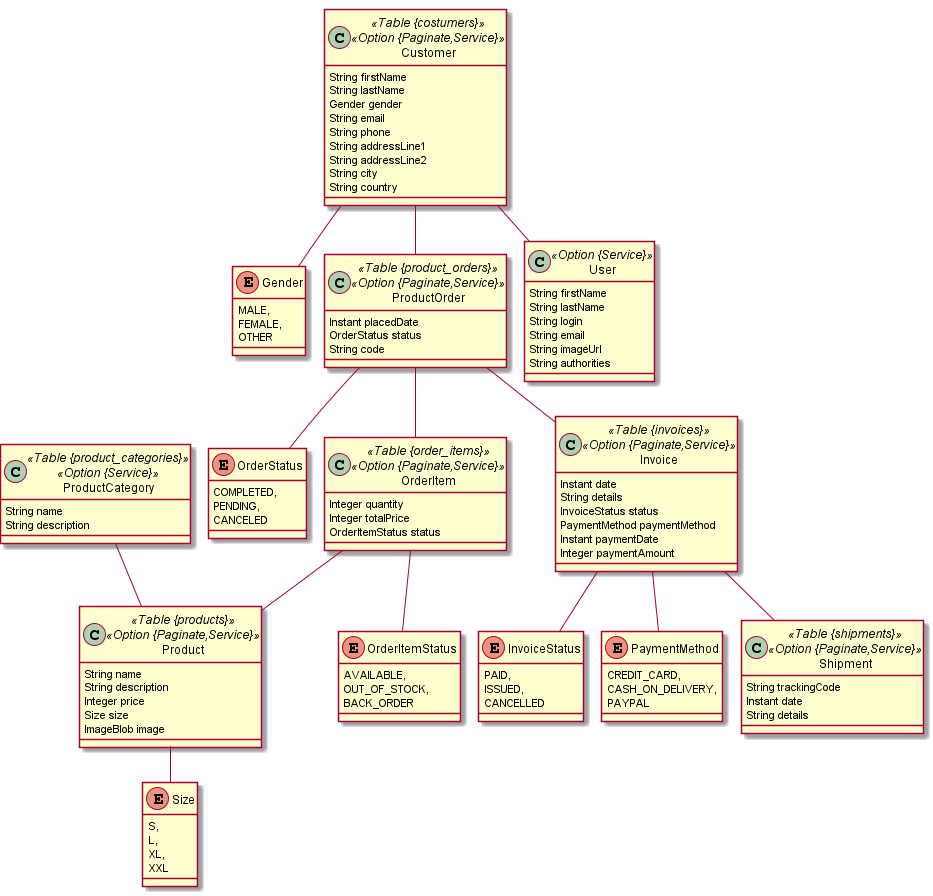
This is online-store.png from anohabbah/store, a PlantUML export, as it was before one commit. The source it was exported from:
```plantuml
@startuml
	!pragma graphviz_dot jdot
	!pragma syntax class
	class Product <<Table {products}>><<Option {Paginate,Service}>> {
		String name
		String description
		Integer price
		Size size
		ImageBlob image
	}
	Product ..> Size
	enum Size {
		S,
		L,
		XL,
		XXL
	}
	class ProductCategory <<Table {product_categories}>><<Option {Service}>> {
		String name
		String description
	}
	class Customer <<Table {costumers}>><<Option {Paginate,Service}>> {
		String firstName
		String lastName
		Gender gender
		String email
		String phone
		String addressLine1
		String addressLine2
		String city
		String country
	}
	Customer ..> Gender
	enum Gender {
		MALE,
		FEMALE,
		OTHER
	}
	class ProductOrder <<Table {product_orders}>><<Option {Paginate,Service}>> {
		Instant placedDate
		OrderStatus status
		String code
	}
	ProductOrder ..> OrderStatus
	enum OrderStatus {
		COMPLETED,
		PENDING,
		CANCELED
	}
	class OrderItem <<Table {order_items}>><<Option {Paginate,Service}>> {
		Integer quantity
		Integer totalPrice
		OrderItemStatus status
	}
	OrderItem ..> OrderItemStatus
	enum OrderItemStatus {
		AVAILABLE,
		OUT_OF_STOCK,
		BACK_ORDER
	}
	class Invoice <<Table {invoices}>><<Option {Paginate,Service}>> {
		Instant date
		String details
		InvoiceStatus status
		PaymentMethod paymentMethod
		Instant paymentDate
		Integer paymentAmount
	}
	Invoice ..> InvoiceStatus
	Invoice ..> PaymentMethod
	enum InvoiceStatus {
		PAID,
		ISSUED,
		CANCELLED
	}
	enum PaymentMethod {
		CREDIT_CARD,
		CASH_ON_DELIVERY,
		PAYPAL
	}
	class Shipment <<Table {shipments}>><<Option {Paginate,Service}>> {
		String trackingCode
		Instant date
		String details
	}
	Customer  "user 0..1 " -- "0..1 "  User
	OrderItem  "product 0..* " o-- "0..1 "  Product
	Customer  "order 0..1 " --o "customer 0..* "  ProductOrder
	ProductOrder  "item 0..1 " --o "order 0..* "  OrderItem
	ProductOrder  "invoice 0..1 " --o "order 0..* "  Invoice
	Invoice  "shipment 0..1 " --o "invoice 0..* "  Shipment
	ProductCategory  "product 0..1 " --o "category 0..* "  Product
	class User <<Option {Service}>> {
		String firstName
		String lastName
		String login
		String email
		String imageUrl
		String authorities
	}
@enduml
```
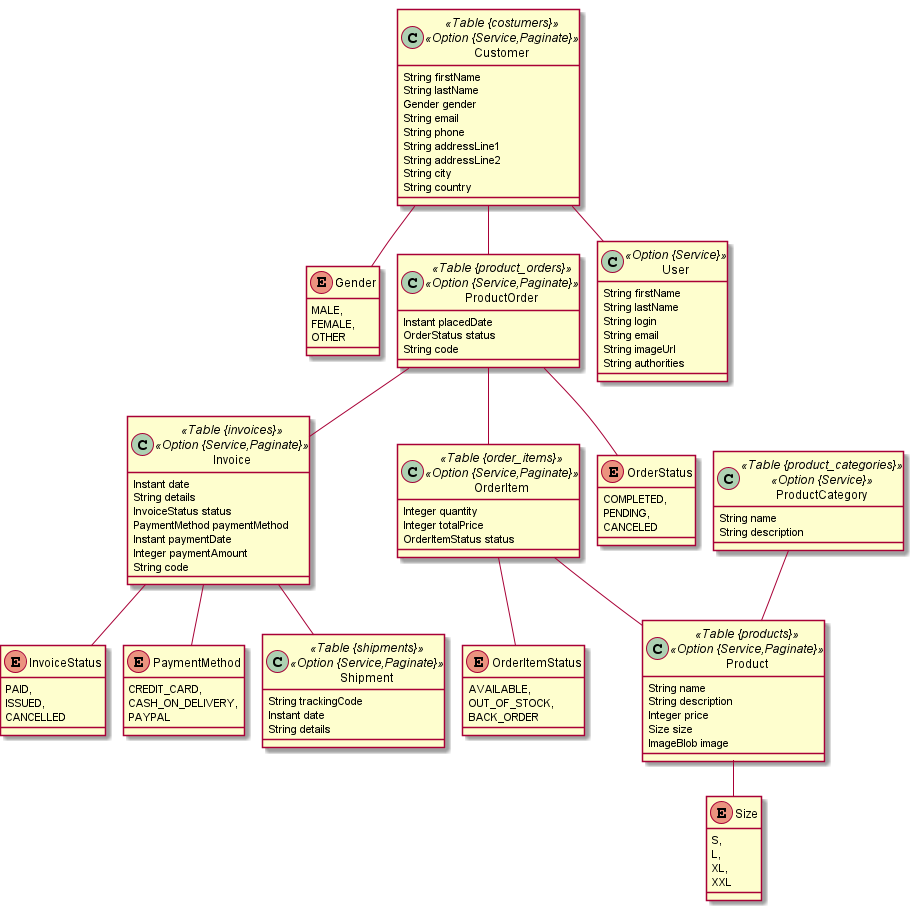
Above is the later version.

Diff of the diagram source:
```diff
@@ -1,25 +1,7 @@
 @startuml
 	!pragma graphviz_dot jdot
 	!pragma syntax class
-	class Product <<Table {products}>><<Option {Paginate,Service}>> {
-		String name
-		String description
-		Integer price
-		Size size
-		ImageBlob image
-	}
-	Product ..> Size
-	enum Size {
-		S,
-		L,
-		XL,
-		XXL
-	}
-	class ProductCategory <<Table {product_categories}>><<Option {Service}>> {
-		String name
-		String description
-	}
-	class Customer <<Table {costumers}>><<Option {Paginate,Service}>> {
+	class Customer <<Table {costumers}>><<Option {Service,Paginate}>> {
 		String firstName
 		String lastName
 		Gender gender
@@ -31,43 +13,51 @@
 		String country
 	}
 	Customer ..> Gender
-	enum Gender {
-		MALE,
-		FEMALE,
-		OTHER
-	}
-	class ProductOrder <<Table {product_orders}>><<Option {Paginate,Service}>> {
-		Instant placedDate
-		OrderStatus status
-		String code
-	}
-	ProductOrder ..> OrderStatus
-	enum OrderStatus {
-		COMPLETED,
-		PENDING,
-		CANCELED
-	}
-	class OrderItem <<Table {order_items}>><<Option {Paginate,Service}>> {
-		Integer quantity
-		Integer totalPrice
-		OrderItemStatus status
-	}
-	OrderItem ..> OrderItemStatus
-	enum OrderItemStatus {
-		AVAILABLE,
-		OUT_OF_STOCK,
-		BACK_ORDER
-	}
-	class Invoice <<Table {invoices}>><<Option {Paginate,Service}>> {
+	class Invoice <<Table {invoices}>><<Option {Service,Paginate}>> {
 		Instant date
 		String details
 		InvoiceStatus status
 		PaymentMethod paymentMethod
 		Instant paymentDate
 		Integer paymentAmount
+		String code
 	}
 	Invoice ..> InvoiceStatus
 	Invoice ..> PaymentMethod
+	class OrderItem <<Table {order_items}>><<Option {Service,Paginate}>> {
+		Integer quantity
+		Integer totalPrice
+		OrderItemStatus status
+	}
+	OrderItem ..> OrderItemStatus
+	class Product <<Table {products}>><<Option {Service,Paginate}>> {
+		String name
+		String description
+		Integer price
+		Size size
+		ImageBlob image
+	}
+	Product ..> Size
+	class ProductCategory <<Table {product_categories}>><<Option {Service}>> {
+		String name
+		String description
+	}
+	class ProductOrder <<Table {product_orders}>><<Option {Service,Paginate}>> {
+		Instant placedDate
+		OrderStatus status
+		String code
+	}
+	ProductOrder ..> OrderStatus
+	class Shipment <<Table {shipments}>><<Option {Service,Paginate}>> {
+		String trackingCode
+		Instant date
+		String details
+	}
+	enum Gender {
+		MALE,
+		FEMALE,
+		OTHER
+	}
 	enum InvoiceStatus {
 		PAID,
 		ISSUED,
@@ -78,18 +68,29 @@
 		CASH_ON_DELIVERY,
 		PAYPAL
 	}
-	class Shipment <<Table {shipments}>><<Option {Paginate,Service}>> {
-		String trackingCode
-		Instant date
-		String details
+	enum OrderItemStatus {
+		AVAILABLE,
+		OUT_OF_STOCK,
+		BACK_ORDER
 	}
-	Customer  "user 0..1 " -- "0..1 "  User
+	enum Size {
+		S,
+		L,
+		XL,
+		XXL
+	}
+	enum OrderStatus {
+		COMPLETED,
+		PENDING,
+		CANCELED
+	}
+	Customer  "user(login) 0..1 " -- "0..1 "  User
+	ProductOrder  "invoice 0..1 " --o "order(code)  1..* "  Invoice
+	ProductOrder  "item 0..1 " --o "order(code)  1..* "  OrderItem
+	ProductCategory  "product 0..1 " --o "category(name) 0..* "  Product
+	Customer  "order 0..1 " --o "customer(email)  1..* "  ProductOrder
+	Invoice  "shipment 0..1 " --o "invoice(code)  1..* "  Shipment
 	OrderItem  "product 0..* " o-- "0..1 "  Product
-	Customer  "order 0..1 " --o "customer 0..* "  ProductOrder
-	ProductOrder  "item 0..1 " --o "order 0..* "  OrderItem
-	ProductOrder  "invoice 0..1 " --o "order 0..* "  Invoice
-	Invoice  "shipment 0..1 " --o "invoice 0..* "  Shipment
-	ProductCategory  "product 0..1 " --o "category 0..* "  Product
 	class User <<Option {Service}>> {
 		String firstName
 		String lastName
```
